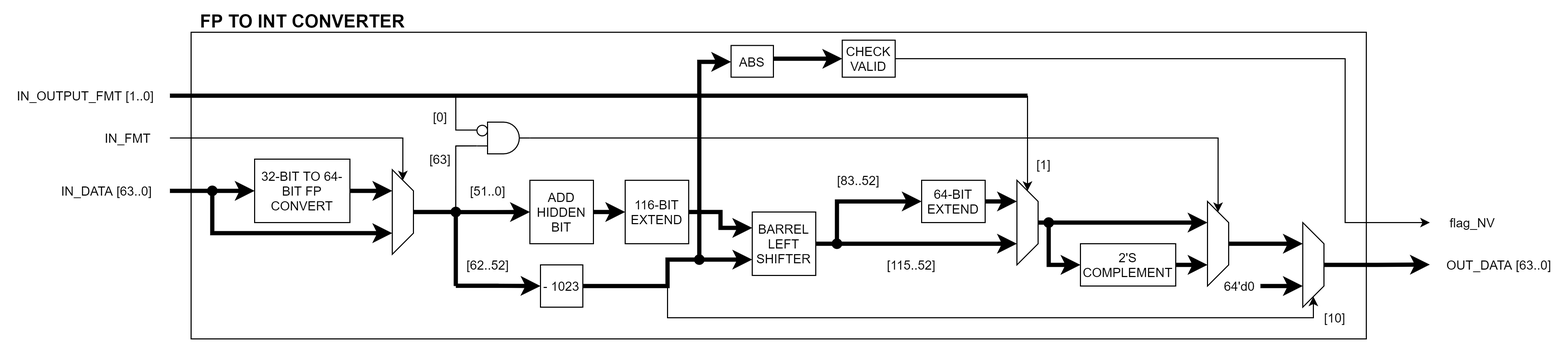
hohaicongthuan/Project-2 keeps this draw.io diagram as Diagrams/PNG_Format/FP_Unit/Floating-point-FP to Int Convert.drawio.png. Above is the earlier version. Source tidied: cells renumbered, new cells last; positions are measured from the earlier drawing's top-left corner, leaving out a move shared by most shapes.
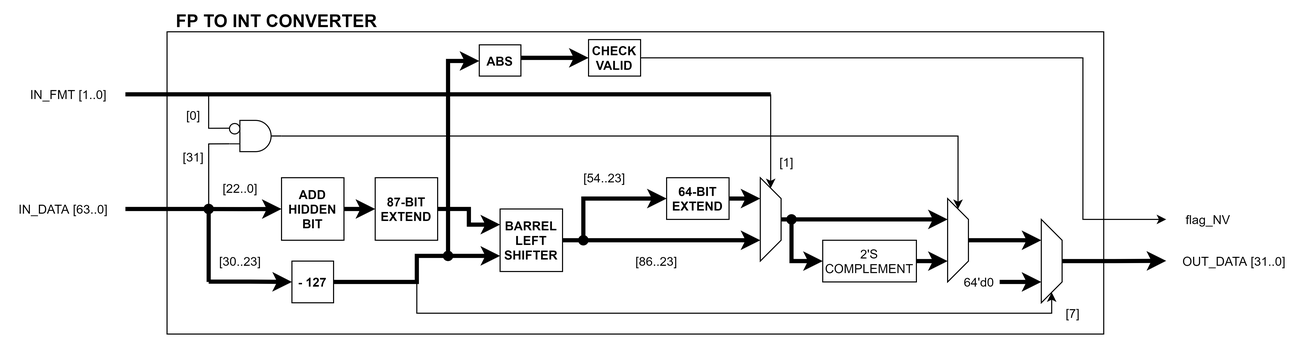
The same file after the commit.

Diff of the diagram source:
```diff
@@ -3,15 +3,10 @@
     <mxCell id="0" />
     <mxCell id="1" parent="0" />
     <mxCell id="2" style="rounded=0;whiteSpace=wrap;html=1;" parent="1" vertex="1">
-      <mxGeometry x="170" y="20" width="1110" height="290" as="geometry" />
+      <mxGeometry x="380" y="20" width="900" height="290" as="geometry" />
     </mxCell>
-    <mxCell id="3" style="endArrow=classic;html=1;rounded=0;edgeStyle=orthogonalEdgeStyle;strokeWidth=4;entryX=0;entryY=0.5;entryDx=0;entryDy=0;" parent="1" edge="1" target="37">
-      <mxGeometry relative="1" as="geometry">
-        <mxPoint x="150" y="170" as="sourcePoint" />
-      </mxGeometry>
-    </mxCell>
     <mxCell id="4" value="IN_DATA [63..0]" style="text;html=1;align=center;verticalAlign=middle;strokeColor=none;fillColor=none;" parent="1" vertex="1">
-      <mxGeometry x="40" y="160" width="100" height="20" as="geometry" />
+      <mxGeometry x="230" y="180" width="100" height="20" as="geometry" />
     </mxCell>
     <mxCell id="5" style="edgeStyle=orthogonalEdgeStyle;rounded=0;jettySize=auto;html=1;strokeWidth=4;" parent="1" edge="1" source="7" target="9">
       <mxGeometry relative="1" as="geometry" />
@@ -21,16 +16,16 @@
         <mxPoint x="420" y="190.1" as="sourcePoint" />
       </mxGeometry>
     </mxCell>
-    <mxCell id="7" value="ADD HIDDEN BIT" style="rounded=0;whiteSpace=wrap;html=1;" parent="1" vertex="1">
+    <mxCell id="7" value="&lt;b&gt;ADD HIDDEN BIT&lt;/b&gt;" style="rounded=0;whiteSpace=wrap;html=1;" parent="1" vertex="1">
       <mxGeometry x="490" y="160" width="60" height="60" as="geometry" />
     </mxCell>
     <mxCell id="8" style="edgeStyle=orthogonalEdgeStyle;rounded=0;jettySize=auto;html=1;strokeWidth=4;entryX=0;entryY=0.25;entryDx=0;entryDy=0;" parent="1" edge="1" source="9" target="15">
       <mxGeometry relative="1" as="geometry" />
     </mxCell>
-    <mxCell id="9" value="116-BIT EXTEND" style="rounded=0;whiteSpace=wrap;html=1;" parent="1" vertex="1">
+    <mxCell id="9" value="&lt;b&gt;87-BIT EXTEND&lt;/b&gt;" style="rounded=0;whiteSpace=wrap;html=1;" parent="1" vertex="1">
       <mxGeometry x="580" y="160" width="60" height="60" as="geometry" />
     </mxCell>
-    <mxCell id="10" value="[51..0]" style="text;html=1;align=center;verticalAlign=middle;strokeColor=none;fillColor=none;" parent="1" vertex="1">
+    <mxCell id="10" value="[22..0]" style="text;html=1;align=center;verticalAlign=middle;strokeColor=none;fillColor=none;" parent="1" vertex="1">
       <mxGeometry x="425" y="160" width="50" height="20" as="geometry" />
     </mxCell>
     <mxCell id="11" style="edgeStyle=orthogonalEdgeStyle;rounded=0;jettySize=auto;html=1;exitX=0;exitY=0.5;exitDx=0;exitDy=0;strokeWidth=4;entryX=0;entryY=0.5;entryDx=0;entryDy=0;" parent="1" edge="1" target="13">
@@ -41,13 +36,13 @@
     <mxCell id="12" style="edgeStyle=orthogonalEdgeStyle;rounded=0;jettySize=auto;html=1;strokeWidth=4;entryX=0;entryY=0.75;entryDx=0;entryDy=0;" parent="1" edge="1" source="13" target="15">
       <mxGeometry relative="1" as="geometry" />
     </mxCell>
-    <mxCell id="13" value="- 1023" style="rounded=0;whiteSpace=wrap;html=1;" parent="1" vertex="1">
+    <mxCell id="13" value="&lt;b&gt;- 127&lt;/b&gt;" style="rounded=0;whiteSpace=wrap;html=1;" parent="1" vertex="1">
       <mxGeometry x="500" y="240" width="40" height="40" as="geometry" />
     </mxCell>
     <mxCell id="14" style="edgeStyle=orthogonalEdgeStyle;rounded=0;jettySize=auto;html=1;exitX=1;exitY=0.5;exitDx=0;exitDy=0;entryX=0.75;entryY=1;entryDx=0;entryDy=0;strokeWidth=4;" parent="1" edge="1" source="15" target="19">
       <mxGeometry relative="1" as="geometry" />
     </mxCell>
-    <mxCell id="15" value="BARREL LEFT SHIFTER" style="rounded=0;whiteSpace=wrap;html=1;" parent="1" vertex="1">
+    <mxCell id="15" value="&lt;b&gt;BARREL LEFT SHIFTER&lt;/b&gt;" style="rounded=0;whiteSpace=wrap;html=1;" parent="1" vertex="1">
       <mxGeometry x="700" y="190" width="60" height="60" as="geometry" />
     </mxCell>
     <mxCell id="16" style="edgeStyle=orthogonalEdgeStyle;rounded=0;jettySize=auto;html=1;strokeWidth=4;entryX=0;entryY=0.5;entryDx=0;entryDy=0;" parent="1" edge="1" target="21">
@@ -73,16 +68,16 @@
     <mxCell id="20" style="edgeStyle=orthogonalEdgeStyle;rounded=0;jettySize=auto;html=1;exitX=1;exitY=0.5;exitDx=0;exitDy=0;entryX=0.25;entryY=1;entryDx=0;entryDy=0;strokeWidth=4;" parent="1" edge="1" source="21" target="19">
       <mxGeometry relative="1" as="geometry" />
     </mxCell>
-    <mxCell id="21" value="64-BIT EXTEND" style="rounded=0;whiteSpace=wrap;html=1;" parent="1" vertex="1">
+    <mxCell id="21" value="&lt;b&gt;64-BIT EXTEND&lt;/b&gt;" style="rounded=0;whiteSpace=wrap;html=1;" parent="1" vertex="1">
       <mxGeometry x="860" y="160" width="60" height="40" as="geometry" />
     </mxCell>
-    <mxCell id="22" value="[62..52]" style="text;html=1;align=center;verticalAlign=middle;strokeColor=none;fillColor=none;" parent="1" vertex="1">
+    <mxCell id="22" value="[30..23]" style="text;html=1;align=center;verticalAlign=middle;strokeColor=none;fillColor=none;" parent="1" vertex="1">
       <mxGeometry x="420" y="230" width="60" height="20" as="geometry" />
     </mxCell>
-    <mxCell id="23" value="[83..52]" style="text;html=1;align=center;verticalAlign=middle;strokeColor=none;fillColor=none;" parent="1" vertex="1">
+    <mxCell id="23" value="[54..23]" style="text;html=1;align=center;verticalAlign=middle;strokeColor=none;fillColor=none;" parent="1" vertex="1">
       <mxGeometry x="770" y="150" width="60" height="20" as="geometry" />
     </mxCell>
-    <mxCell id="24" value="[115..52]" style="text;html=1;align=center;verticalAlign=middle;strokeColor=none;fillColor=none;" parent="1" vertex="1">
+    <mxCell id="24" value="[86..23]" style="text;html=1;align=center;verticalAlign=middle;strokeColor=none;fillColor=none;" parent="1" vertex="1">
       <mxGeometry x="820" y="230" width="60" height="20" as="geometry" />
     </mxCell>
     <mxCell id="25" style="edgeStyle=orthogonalEdgeStyle;rounded=0;jettySize=auto;html=1;exitX=0.5;exitY=0;exitDx=0;exitDy=0;entryX=0.25;entryY=1;entryDx=0;entryDy=0;strokeWidth=4;" parent="1" edge="1" source="26" target="33">
@@ -131,47 +126,23 @@
     <mxCell id="34" value="64'd0" style="text;html=1;align=center;verticalAlign=middle;strokeColor=none;fillColor=none;" parent="1" vertex="1">
       <mxGeometry x="1140" y="250" width="40" height="20" as="geometry" />
     </mxCell>
-    <mxCell id="35" value="[10]" style="text;html=1;align=center;verticalAlign=middle;strokeColor=none;fillColor=none;" parent="1" vertex="1">
-      <mxGeometry x="1230" y="280" width="40" height="20" as="geometry" />
+    <mxCell id="35" value="[7]" style="text;html=1;align=center;verticalAlign=middle;strokeColor=none;fillColor=none;" parent="1" vertex="1">
+      <mxGeometry x="1235" y="280" width="30" height="20" as="geometry" />
     </mxCell>
-    <mxCell id="36" style="edgeStyle=orthogonalEdgeStyle;rounded=0;jettySize=auto;html=1;exitX=1;exitY=0.5;exitDx=0;exitDy=0;entryX=0.25;entryY=1;entryDx=0;entryDy=0;strokeWidth=4;" parent="1" edge="1" source="37" target="41">
-      <mxGeometry relative="1" as="geometry" />
-    </mxCell>
-    <mxCell id="37" value="32-BIT TO 64-BIT FP CONVERT" style="rounded=0;whiteSpace=wrap;html=1;" parent="1" vertex="1">
-      <mxGeometry x="230" y="140" width="90" height="60" as="geometry" />
-    </mxCell>
-    <mxCell id="38" style="edgeStyle=orthogonalEdgeStyle;rounded=0;jettySize=auto;html=1;exitX=0.75;exitY=1;exitDx=0;exitDy=0;strokeWidth=4;entryX=0.75;entryY=1;entryDx=0;entryDy=0;" parent="1" edge="1" target="41">
-      <mxGeometry relative="1" as="geometry">
-        <mxPoint x="190" y="170" as="sourcePoint" />
-        <Array as="points">
-          <mxPoint x="190" y="210" />
-        </Array>
-      </mxGeometry>
-    </mxCell>
-    <mxCell id="39" style="edgeStyle=orthogonalEdgeStyle;rounded=0;jettySize=auto;html=1;exitX=0.5;exitY=0;exitDx=0;exitDy=0;strokeWidth=4;endArrow=none;endFill=0;" parent="1" edge="1" source="41">
+    <mxCell id="39" style="edgeStyle=orthogonalEdgeStyle;rounded=0;orthogonalLoop=1;jettySize=auto;html=1;strokeWidth=4;endArrow=none;endFill=0;" parent="1" edge="1">
       <mxGeometry relative="1" as="geometry">
+        <mxPoint x="340" y="190" as="sourcePoint" />
         <mxPoint x="420" y="260" as="targetPoint" />
       </mxGeometry>
     </mxCell>
-    <mxCell id="40" style="edgeStyle=orthogonalEdgeStyle;rounded=0;jettySize=auto;html=1;exitX=0;exitY=0.5;exitDx=0;exitDy=0;endArrow=classic;endFill=1;strokeWidth=1;entryX=0;entryY=0.5;entryDx=0;entryDy=0;" parent="1" edge="1" target="41">
-      <mxGeometry relative="1" as="geometry">
-        <mxPoint x="150" y="120" as="sourcePoint" />
-      </mxGeometry>
-    </mxCell>
-    <mxCell id="41" style="shape=trapezoid;perimeter=trapezoidPerimeter;whiteSpace=wrap;html=1;fixedSize=1;direction=south;" parent="1" vertex="1">
-      <mxGeometry x="360" y="150" width="20" height="80" as="geometry" />
-    </mxCell>
     <mxCell id="42" style="endArrow=none;html=1;rounded=0;edgeStyle=orthogonalEdgeStyle;strokeWidth=4;endFill=0;" parent="1" edge="1">
       <mxGeometry relative="1" as="geometry">
-        <mxPoint x="150" y="80" as="sourcePoint" />
+        <mxPoint x="340" y="80" as="sourcePoint" />
         <mxPoint x="960" y="80" as="targetPoint" />
       </mxGeometry>
     </mxCell>
-    <mxCell id="43" value="IN_FMT" style="text;html=1;align=center;verticalAlign=middle;strokeColor=none;fillColor=none;" parent="1" vertex="1">
-      <mxGeometry x="80" y="110" width="60" height="20" as="geometry" />
-    </mxCell>
-    <mxCell id="44" value="IN_OUTPUT_FMT [1..0]" style="text;html=1;align=center;verticalAlign=middle;strokeColor=none;fillColor=none;" parent="1" vertex="1">
-      <mxGeometry y="70" width="140" height="20" as="geometry" />
+    <mxCell id="44" value="IN_FMT [1..0]" style="text;html=1;align=center;verticalAlign=middle;strokeColor=none;fillColor=none;" parent="1" vertex="1">
+      <mxGeometry x="240" y="70" width="90" height="20" as="geometry" />
     </mxCell>
     <mxCell id="45" style="edgeStyle=orthogonalEdgeStyle;rounded=0;jettySize=auto;html=1;exitX=0;exitY=0.75;exitDx=0;exitDy=0;exitPerimeter=0;endArrow=none;endFill=0;strokeWidth=1;" parent="1" edge="1" source="48">
       <mxGeometry relative="1" as="geometry">
@@ -189,7 +160,7 @@
     <mxCell id="48" style="verticalLabelPosition=bottom;shadow=0;dashed=0;align=center;html=1;verticalAlign=top;shape=mxgraph.electrical.logic_gates.logic_gate;operation=and;" parent="1" vertex="1">
       <mxGeometry x="440" y="105" width="50" height="30" as="geometry" />
     </mxCell>
-    <mxCell id="49" value="[63]" style="text;html=1;align=center;verticalAlign=middle;strokeColor=none;fillColor=none;" parent="1" vertex="1">
+    <mxCell id="49" value="[31]" style="text;html=1;align=center;verticalAlign=middle;strokeColor=none;fillColor=none;" parent="1" vertex="1">
       <mxGeometry x="385" y="130" width="40" height="20" as="geometry" />
     </mxCell>
     <mxCell id="50" value="[0]" style="text;html=1;align=center;verticalAlign=middle;strokeColor=none;fillColor=none;" parent="1" vertex="1">
@@ -214,7 +185,7 @@
         </Array>
       </mxGeometry>
     </mxCell>
-    <mxCell id="54" value="ABS" style="rounded=0;whiteSpace=wrap;html=1;" parent="1" vertex="1">
+    <mxCell id="54" value="&lt;b&gt;ABS&lt;/b&gt;" style="rounded=0;whiteSpace=wrap;html=1;" parent="1" vertex="1">
       <mxGeometry x="680" y="32.5" width="40" height="30" as="geometry" />
     </mxCell>
     <mxCell id="55" style="edgeStyle=orthogonalEdgeStyle;rounded=0;jettySize=auto;html=1;exitX=1;exitY=0.5;exitDx=0;exitDy=0;endArrow=classic;endFill=1;strokeWidth=1;" parent="1" edge="1" source="56">
@@ -226,21 +197,18 @@
         </Array>
       </mxGeometry>
     </mxCell>
-    <mxCell id="56" value="CHECK VALID" style="whiteSpace=wrap;html=1;" parent="1" vertex="1">
+    <mxCell id="56" value="&lt;b&gt;CHECK VALID&lt;/b&gt;" style="whiteSpace=wrap;html=1;" parent="1" vertex="1">
       <mxGeometry x="785" y="27.5" width="50" height="35" as="geometry" />
     </mxCell>
     <mxCell id="57" value="flag_NV" style="text;html=1;align=center;verticalAlign=middle;strokeColor=none;fillColor=none;" parent="1" vertex="1">
       <mxGeometry x="1350" y="190" width="60" height="20" as="geometry" />
     </mxCell>
-    <mxCell id="58" value="OUT_DATA [63..0]" style="text;html=1;align=center;verticalAlign=middle;strokeColor=none;fillColor=none;" parent="1" vertex="1">
+    <mxCell id="58" value="OUT_DATA [31..0]" style="text;html=1;align=center;verticalAlign=middle;strokeColor=none;fillColor=none;" parent="1" vertex="1">
       <mxGeometry x="1350" y="230" width="110" height="20" as="geometry" />
     </mxCell>
     <mxCell id="59" value="&lt;b&gt;&lt;font style=&quot;font-size: 17px&quot;&gt;FP TO INT CONVERTER&lt;/font&gt;&lt;/b&gt;" style="text;html=1;align=center;verticalAlign=middle;strokeColor=none;fillColor=none;" parent="1" vertex="1">
-      <mxGeometry x="170" width="210" height="20" as="geometry" />
+      <mxGeometry x="380" width="210" height="20" as="geometry" />
     </mxCell>
-    <mxCell id="60" style="ellipse;whiteSpace=wrap;html=1;fillColor=#000000;strokeColor=none;" parent="1" vertex="1">
-      <mxGeometry x="185" y="165" width="10" height="10" as="geometry" />
-    </mxCell>
     <mxCell id="61" style="ellipse;whiteSpace=wrap;html=1;fillColor=#000000;strokeColor=none;" parent="1" vertex="1">
       <mxGeometry x="415" y="185" width="10" height="10" as="geometry" />
     </mxCell>
```
